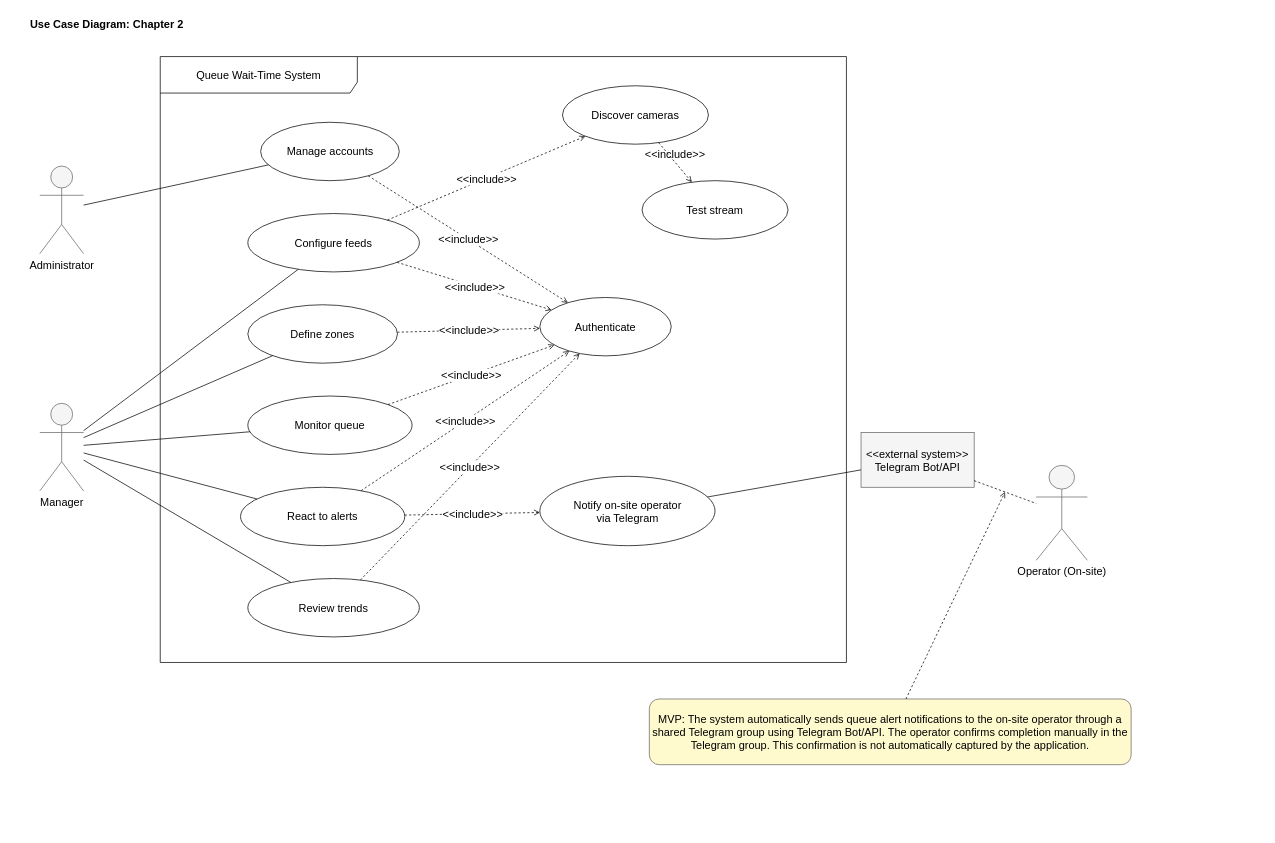
Salmen-BA21/Queue-Wait-Time-Estimation keeps this draw.io diagram as report-latex/figures/drawio/chapter2_use_case.drawio. Above is the earlier version. Source tidied: cells renumbered, new cells numbered last; positions are measured from the earlier drawing's top-left corner, leaving out a move shared by most shapes. Both pictures are drawn from the tidied source at 73%, with x=0, y=0 at pixel (28, 12).
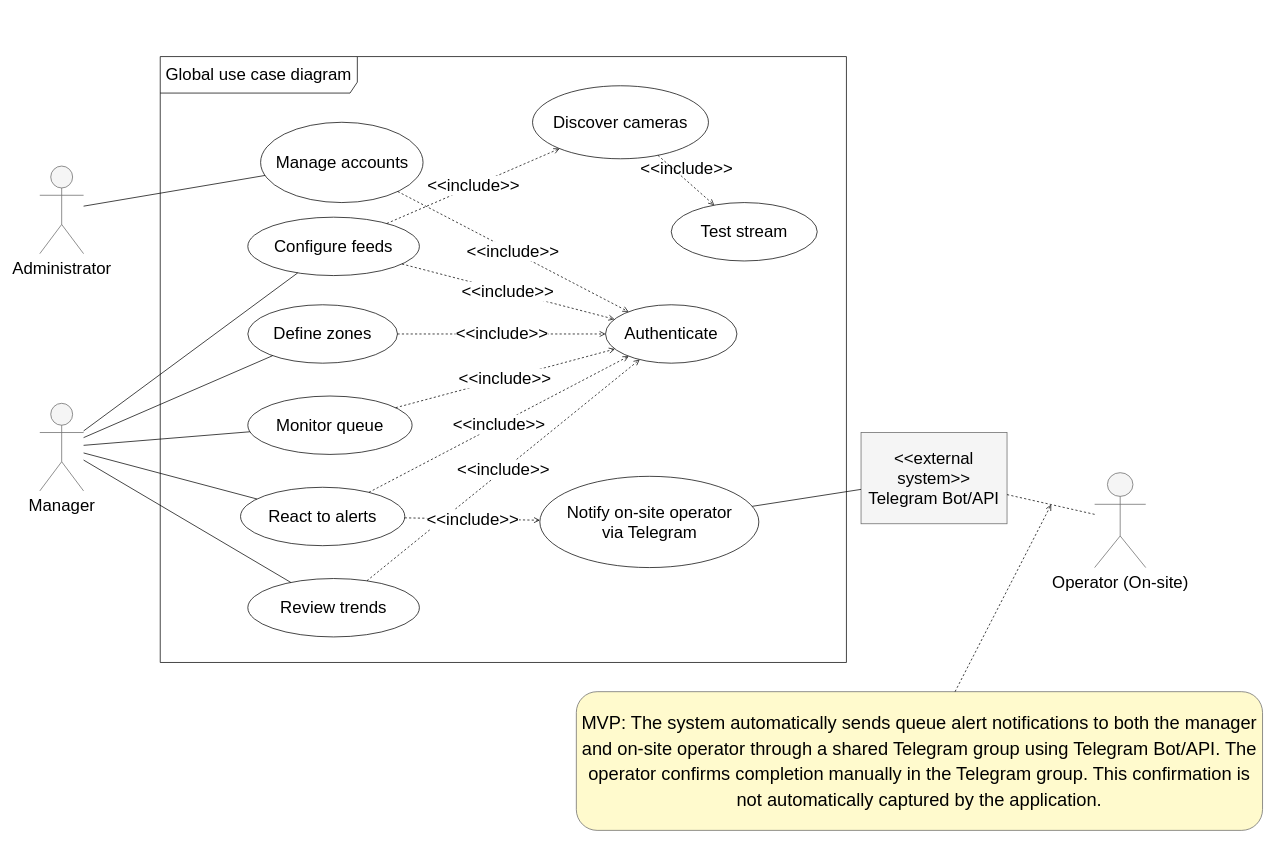
After the change.

The edit, as a diff of the source:
```diff
@@
-    <mxCell id="2" value="Use Case Diagram: Chapter 2" style="text;html=1;strokeColor=none;fillColor=none;align=left;verticalAlign=middle;fontStyle=1;fontSize=15;" parent="1" vertex="1">
-      <mxGeometry width="340" height="30" as="geometry" />
-    </mxCell>
-    <mxCell id="3" value="Administrator" style="shape=umlActor;verticalLabelPosition=bottom;verticalAlign=top;html=1;fillColor=#f5f5f5;strokeColor=#666666;fontSize=15;" parent="1" vertex="1">
+    <mxCell id="3" value="Administrator" style="shape=umlActor;verticalLabelPosition=bottom;verticalAlign=top;html=1;fillColor=#f5f5f5;strokeColor=#666666;fontSize=23;" parent="1" vertex="1">
       <mxGeometry x="15" y="210" width="60" height="120" as="geometry" />
     </mxCell>
-    <mxCell id="4" value="Manager" style="shape=umlActor;verticalLabelPosition=bottom;verticalAlign=top;html=1;fillColor=#f5f5f5;strokeColor=#666666;fontSize=15;" parent="1" vertex="1">
+    <mxCell id="4" value="Manager" style="shape=umlActor;verticalLabelPosition=bottom;verticalAlign=top;html=1;fillColor=#f5f5f5;strokeColor=#666666;fontSize=23;" parent="1" vertex="1">
       <mxGeometry x="15" y="535" width="60" height="120" as="geometry" />
     </mxCell>
-    <mxCell id="5" value="Queue Wait-Time System" style="shape=umlFrame;whiteSpace=wrap;html=1;width=270;height=50;fontSize=15;" parent="1" vertex="1">
+    <mxCell id="5" value="Global use case diagram" style="shape=umlFrame;whiteSpace=wrap;html=1;width=270;height=50;fontSize=23;" parent="1" vertex="1">
       <mxGeometry x="180" y="60" width="940" height="830" as="geometry" />
     </mxCell>
-    <mxCell id="6" value="Manage accounts" style="ellipse;whiteSpace=wrap;html=1;fontSize=15;" parent="5" vertex="1">
-      <mxGeometry x="137.5" y="90" width="190" height="80" as="geometry" />
+    <mxCell id="6" value="Manage accounts" style="ellipse;whiteSpace=wrap;html=1;fontSize=23;" parent="5" vertex="1">
+      <mxGeometry x="137.5" y="90" width="222.5" height="110" as="geometry" />
     </mxCell>
-    <mxCell id="7" value="Configure feeds" style="ellipse;whiteSpace=wrap;html=1;fontSize=15;" parent="5" vertex="1">
-      <mxGeometry x="120" y="215" width="235" height="80" as="geometry" />
+    <mxCell id="7" value="Configure feeds" style="ellipse;whiteSpace=wrap;html=1;fontSize=23;" parent="5" vertex="1">
+      <mxGeometry x="120" y="220" width="235" height="80" as="geometry" />
     </mxCell>
-    <mxCell id="8" value="Discover cameras" style="ellipse;whiteSpace=wrap;html=1;fontSize=15;" parent="5" vertex="1">
-      <mxGeometry x="551" y="40" width="200" height="80" as="geometry" />
+    <mxCell id="8" value="Discover cameras" style="ellipse;whiteSpace=wrap;html=1;fontSize=23;" parent="5" vertex="1">
+      <mxGeometry x="510" y="40" width="241" height="100" as="geometry" />
     </mxCell>
-    <mxCell id="9" value="Test stream" style="ellipse;whiteSpace=wrap;html=1;fontSize=15;" parent="5" vertex="1">
-      <mxGeometry x="660" y="170" width="200" height="80" as="geometry" />
+    <mxCell id="9" value="Test stream" style="ellipse;whiteSpace=wrap;html=1;fontSize=23;" parent="5" vertex="1">
+      <mxGeometry x="700" y="200" width="200" height="80" as="geometry" />
     </mxCell>
-    <mxCell id="10" value="&amp;lt;&amp;lt;include&amp;gt;&amp;gt;" style="dashed=1;endArrow=open;endFill=0;html=1;rounded=0;fontSize=15;" parent="5" edge="1" source="7" target="8">
+    <mxCell id="10" value="&amp;lt;&amp;lt;include&amp;gt;&amp;gt;" style="dashed=1;endArrow=open;endFill=0;html=1;rounded=0;fontSize=23;" parent="5" edge="1" source="7" target="8">
       <mxGeometry relative="1" as="geometry" />
     </mxCell>
-    <mxCell id="11" value="Define zones" style="ellipse;whiteSpace=wrap;html=1;fontSize=15;" parent="5" vertex="1">
+    <mxCell id="11" value="Define zones" style="ellipse;whiteSpace=wrap;html=1;fontSize=23;" parent="5" vertex="1">
       <mxGeometry x="120" y="340" width="205" height="80" as="geometry" />
     </mxCell>
-    <mxCell id="12" value="Monitor queue" style="ellipse;whiteSpace=wrap;html=1;fontSize=15;" parent="5" vertex="1">
+    <mxCell id="12" value="Monitor queue" style="ellipse;whiteSpace=wrap;html=1;fontSize=23;" parent="5" vertex="1">
       <mxGeometry x="120" y="465" width="225" height="80" as="geometry" />
     </mxCell>
-    <mxCell id="13" value="React to alerts" style="ellipse;whiteSpace=wrap;html=1;fontSize=15;" parent="5" vertex="1">
+    <mxCell id="13" value="React to alerts" style="ellipse;whiteSpace=wrap;html=1;fontSize=23;" parent="5" vertex="1">
       <mxGeometry x="110" y="590" width="225" height="80" as="geometry" />
     </mxCell>
-    <mxCell id="14" value="Notify on-site operator&lt;br&gt;via Telegram" style="ellipse;whiteSpace:wrap;html=1;fontSize=15;" parent="5" vertex="1">
-      <mxGeometry x="520" y="575" width="240" height="95" as="geometry" />
+    <mxCell id="14" value="Notify on-site operator&lt;br&gt;via Telegram" style="ellipse;whiteSpace:wrap;html=1;fontSize=23;" parent="5" vertex="1">
+      <mxGeometry x="520" y="575" width="300" height="125" as="geometry" />
     </mxCell>
-    <mxCell id="15" value="Review trends" style="ellipse;whiteSpace=wrap;html=1;fontSize=15;" parent="5" vertex="1">
+    <mxCell id="15" value="Review trends" style="ellipse;whiteSpace=wrap;html=1;fontSize=23;" parent="5" vertex="1">
       <mxGeometry x="120" y="715" width="235" height="80" as="geometry" />
     </mxCell>
-    <mxCell id="16" value="Authenticate" style="ellipse;whiteSpace=wrap;html=1;fontSize=15;" parent="5" vertex="1">
-      <mxGeometry x="520" y="330" width="180" height="80" as="geometry" />
+    <mxCell id="16" value="Authenticate" style="ellipse;whiteSpace=wrap;html=1;fontSize=23;" parent="5" vertex="1">
+      <mxGeometry x="610" y="340" width="180" height="80" as="geometry" />
     </mxCell>
-    <mxCell id="17" value="&amp;lt;&amp;lt;include&amp;gt;&amp;gt;" style="dashed=1;endArrow=open;endFill=0;html=1;rounded=0;fontSize=15;" parent="5" edge="1" source="6" target="16">
+    <mxCell id="17" value="&amp;lt;&amp;lt;include&amp;gt;&amp;gt;" style="dashed=1;endArrow=open;endFill=0;html=1;rounded=0;fontSize=23;" parent="5" edge="1" source="6" target="16">
       <mxGeometry relative="1" as="geometry" />
     </mxCell>
-    <mxCell id="18" value="&amp;lt;&amp;lt;include&amp;gt;&amp;gt;" style="dashed=1;endArrow=open;endFill=0;html=1;rounded=0;fontSize=15;" parent="5" edge="1" source="7" target="16">
+    <mxCell id="18" value="&amp;lt;&amp;lt;include&amp;gt;&amp;gt;" style="dashed=1;endArrow=open;endFill=0;html=1;rounded=0;fontSize=23;" parent="5" edge="1" source="7" target="16">
       <mxGeometry relative="1" as="geometry" />
     </mxCell>
-    <mxCell id="19" value="&amp;lt;&amp;lt;include&amp;gt;&amp;gt;" style="dashed=1;endArrow=open;endFill=0;html=1;rounded=0;fontSize=15;" parent="5" edge="1" source="11" target="16">
+    <mxCell id="19" value="&amp;lt;&amp;lt;include&amp;gt;&amp;gt;" style="dashed=1;endArrow=open;endFill=0;html=1;rounded=0;fontSize=23;" parent="5" edge="1" source="11" target="16">
       <mxGeometry relative="1" as="geometry" />
     </mxCell>
-    <mxCell id="20" value="&amp;lt;&amp;lt;include&amp;gt;&amp;gt;" style="dashed=1;endArrow=open;endFill=0;html=1;rounded=0;fontSize=15;" parent="5" edge="1" source="12" target="16">
+    <mxCell id="20" value="&amp;lt;&amp;lt;include&amp;gt;&amp;gt;" style="dashed=1;endArrow=open;endFill=0;html=1;rounded=0;fontSize=23;" parent="5" edge="1" source="12" target="16">
       <mxGeometry relative="1" as="geometry" />
     </mxCell>
-    <mxCell id="21" value="&amp;lt;&amp;lt;include&amp;gt;&amp;gt;" style="dashed=1;endArrow=open;endFill=0;html=1;rounded=0;fontSize=15;" parent="5" edge="1" source="13" target="16">
+    <mxCell id="21" value="&amp;lt;&amp;lt;include&amp;gt;&amp;gt;" style="dashed=1;endArrow=open;endFill=0;html=1;rounded=0;fontSize=23;" parent="5" edge="1" source="13" target="16">
       <mxGeometry relative="1" as="geometry" />
     </mxCell>
-    <mxCell id="22" value="&amp;lt;&amp;lt;include&amp;gt;&amp;gt;" style="dashed=1;endArrow=open;endFill=0;html=1;rounded=0;fontSize=15;" parent="5" edge="1" source="15" target="16">
+    <mxCell id="22" value="&amp;lt;&amp;lt;include&amp;gt;&amp;gt;" style="dashed=1;endArrow=open;endFill=0;html=1;rounded=0;fontSize=23;" parent="5" edge="1" source="15" target="16">
       <mxGeometry relative="1" as="geometry" />
     </mxCell>
-    <mxCell id="23" value="&amp;lt;&amp;lt;include&amp;gt;&amp;gt;" style="dashed=1;endArrow=open;endFill=0;html=1;rounded=0;fontSize=15;" parent="5" edge="1" source="13" target="14">
+    <mxCell id="23" value="&amp;lt;&amp;lt;include&amp;gt;&amp;gt;" style="dashed=1;endArrow=open;endFill=0;html=1;rounded=0;fontSize=23;" parent="5" edge="1" source="13" target="14">
       <mxGeometry relative="1" as="geometry" />
     </mxCell>
-    <mxCell id="24" value="&amp;lt;&amp;lt;include&amp;gt;&amp;gt;" style="html=1;verticalAlign=bottom;labelBackgroundColor=none;endArrow=open;endFill=0;dashed=1;fontSize=15;" parent="5" edge="1" source="8" target="9">
+    <mxCell id="24" value="&amp;lt;&amp;lt;include&amp;gt;&amp;gt;" style="html=1;verticalAlign=bottom;labelBackgroundColor=none;endArrow=open;endFill=0;dashed=1;fontSize=23;" parent="5" edge="1" source="8" target="9">
       <mxGeometry relative="1" as="geometry" />
     </mxCell>
-    <mxCell id="25" style="rounded=0;jettySize=auto;html=1;endArrow=none;endFill=0;fontSize=15;" parent="1" edge="1" source="3" target="6">
+    <mxCell id="25" style="rounded=0;jettySize=auto;html=1;endArrow=none;endFill=0;fontSize=23;" parent="1" edge="1" source="3" target="6">
       <mxGeometry relative="1" as="geometry" />
     </mxCell>
-    <mxCell id="26" style="rounded=0;jettySize=auto;html=1;endArrow=none;endFill=0;fontSize=15;" parent="1" edge="1" source="4" target="7">
+    <mxCell id="26" style="rounded=0;jettySize=auto;html=1;endArrow=none;endFill=0;fontSize=23;" parent="1" edge="1" source="4" target="7">
       <mxGeometry relative="1" as="geometry" />
     </mxCell>
-    <mxCell id="27" style="rounded=0;jettySize=auto;html=1;endArrow=none;endFill=0;fontSize=15;" parent="1" edge="1" source="4" target="11">
+    <mxCell id="27" style="rounded=0;jettySize=auto;html=1;endArrow=none;endFill=0;fontSize=23;" parent="1" edge="1" source="4" target="11">
       <mxGeometry relative="1" as="geometry" />
     </mxCell>
-    <mxCell id="28" style="rounded=0;jettySize=auto;html=1;endArrow=none;endFill=0;fontSize=15;" parent="1" edge="1" source="4" target="12">
+    <mxCell id="28" style="rounded=0;jettySize=auto;html=1;endArrow=none;endFill=0;fontSize=23;" parent="1" edge="1" source="4" target="12">
       <mxGeometry relative="1" as="geometry" />
     </mxCell>
-    <mxCell id="29" style="rounded=0;jettySize=auto;html=1;endArrow=none;endFill=0;fontSize=15;" parent="1" edge="1" source="4" target="13">
+    <mxCell id="29" style="rounded=0;jettySize=auto;html=1;endArrow=none;endFill=0;fontSize=23;" parent="1" edge="1" source="4" target="13">
       <mxGeometry relative="1" as="geometry" />
     </mxCell>
-    <mxCell id="30" style="rounded=0;jettySize=auto;html=1;endArrow=none;endFill=0;fontSize=15;" parent="1" edge="1" source="4" target="15">
+    <mxCell id="30" style="rounded=0;jettySize=auto;html=1;endArrow=none;endFill=0;fontSize=23;" parent="1" edge="1" source="4" target="15">
       <mxGeometry relative="1" as="geometry" />
     </mxCell>
-    <mxCell id="31" value="Operator (On-site)" style="shape=umlActor;verticalLabelPosition=bottom;verticalAlign=top;html=1;fillColor=#f5f5f5;strokeColor=#666666;fontSize=15;" parent="1" vertex="1">
-      <mxGeometry x="1380" y="620" width="70" height="130" as="geometry" />
+    <mxCell id="31" value="Operator (On-site)" style="shape=umlActor;verticalLabelPosition=bottom;verticalAlign=top;html=1;fillColor=#f5f5f5;strokeColor=#666666;fontSize=23;" parent="1" vertex="1">
+      <mxGeometry x="1460" y="630" width="70" height="130" as="geometry" />
     </mxCell>
-    <mxCell id="32" value="&amp;lt;&amp;lt;external system&amp;gt;&amp;gt;&lt;br&gt;Telegram Bot/API" style="rounded=0;whiteSpace=wrap;html=1;fillColor=#f5f5f5;strokeColor=#666666;align=center;verticalAlign=middle;fontSize=15;" parent="1" vertex="1">
-      <mxGeometry x="1140" y="575" width="155" height="75" as="geometry" />
+    <mxCell id="32" value="&amp;lt;&amp;lt;external system&amp;gt;&amp;gt;&lt;br&gt;Telegram Bot/API" style="rounded=0;whiteSpace=wrap;html=1;fillColor=#f5f5f5;strokeColor=#666666;align=center;verticalAlign=middle;fontSize=23;" parent="1" vertex="1">
+      <mxGeometry x="1140" y="575" width="200" height="125" as="geometry" />
     </mxCell>
-    <mxCell id="33" style="rounded=0;jettySize=auto;html=1;endArrow=none;endFill=0;fontSize=15;" parent="1" edge="1" source="14" target="32">
+    <mxCell id="33" style="rounded=0;jettySize=auto;html=1;endArrow=none;endFill=0;fontSize=23;" parent="1" edge="1" source="14" target="32">
       <mxGeometry relative="1" as="geometry" />
     </mxCell>
-    <mxCell id="34" style="rounded=0;jettySize=auto;html=1;dashed=1;endArrow=none;endFill=0;fontSize=15;" parent="1" edge="1" source="32" target="31">
+    <mxCell id="34" style="rounded=0;jettySize=auto;html=1;dashed=1;endArrow=none;endFill=0;fontSize=23;" parent="1" edge="1" source="32" target="31">
       <mxGeometry relative="1" as="geometry" />
     </mxCell>
-    <mxCell id="35" value="&lt;font&gt;MVP: The system automatically sends queue alert notifications to the on-site operator through a shared Telegram group using Telegram Bot/API. The operator confirms completion manually in the Telegram group. This confirmation is not automatically captured by the application.&lt;/font&gt;" style="text;html=1;strokeColor=#666666;fillColor=#fffacd;align=center;verticalAlign=middle;rounded=1;fontSize=15;whiteSpace=wrap;" parent="1" vertex="1">
-      <mxGeometry x="850" y="940" width="660" height="90" as="geometry" />
+    <mxCell id="35" value="&lt;font style=&quot;font-size: 25px; line-height: 140%; font-weight: normal;&quot;&gt;MVP: The system automatically sends queue alert notifications to both the manager and on-site operator through a shared Telegram group using Telegram Bot/API. The operator confirms completion manually in the Telegram group. This confirmation is not automatically captured by the application.&lt;/font&gt;" style="text;html=1;strokeColor=#666666;fillColor=#fffacd;align=center;verticalAlign=middle;rounded=1;fontSize=23;whiteSpace=wrap;fontStyle=1;" parent="1" vertex="1">
+      <mxGeometry x="750" y="930" width="940" height="190" as="geometry" />
     </mxCell>
-    <mxCell id="36" style="dashed=1;endArrow=open;endFill=0;html=1;rounded=0;fontSize=15;" parent="1" edge="1" source="35" target="34">
+    <mxCell id="36" style="dashed=1;endArrow=open;endFill=0;html=1;rounded=0;fontSize=23;" parent="1" edge="1" source="35" target="34">
       <mxGeometry relative="1" as="geometry" />
     </mxCell>
```
